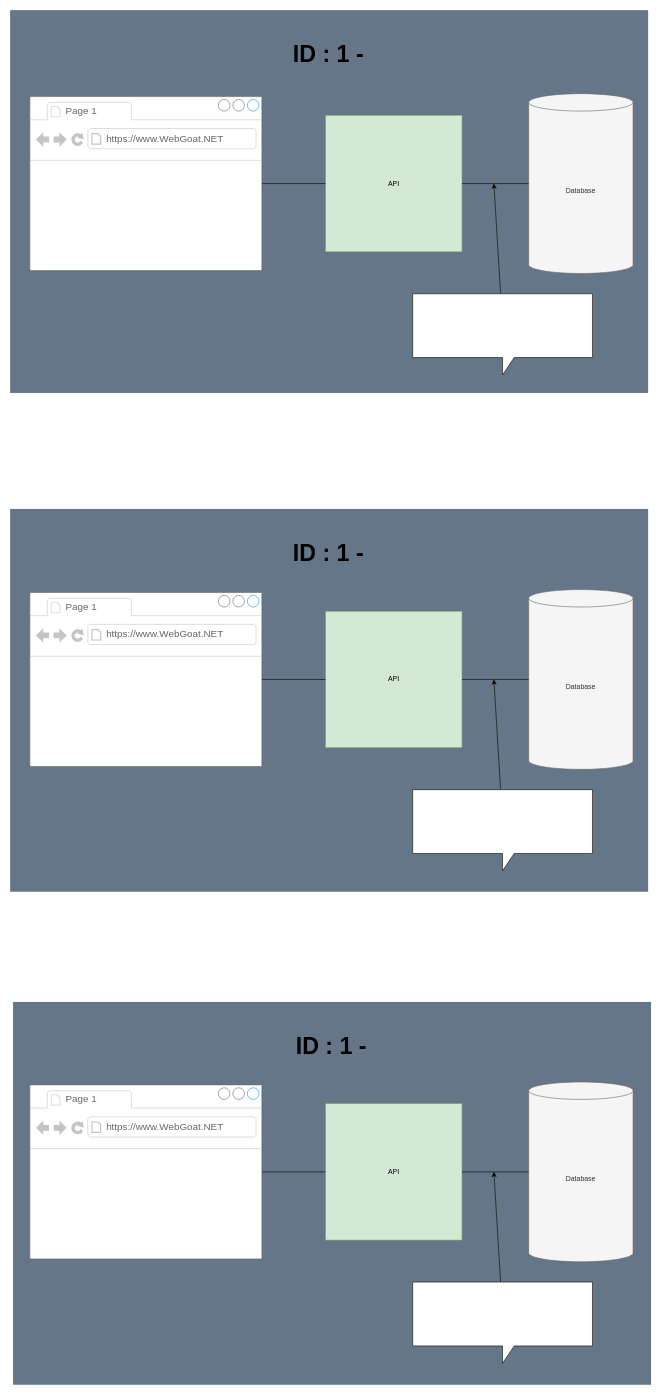
Earlier version of the draw.io diagram dokumenter/Drawio/Arkitektur diagram.drawio (MagnusMadsen/Software_sikkerhed_eksamen). Source tidied: cells renumbered, new cells numbered last; positions are measured from the earlier drawing's top-left corner, leaving out a move shared by most shapes. Both pictures are drawn from the tidied source at 58%, with x=0, y=0 at pixel (10, 10).
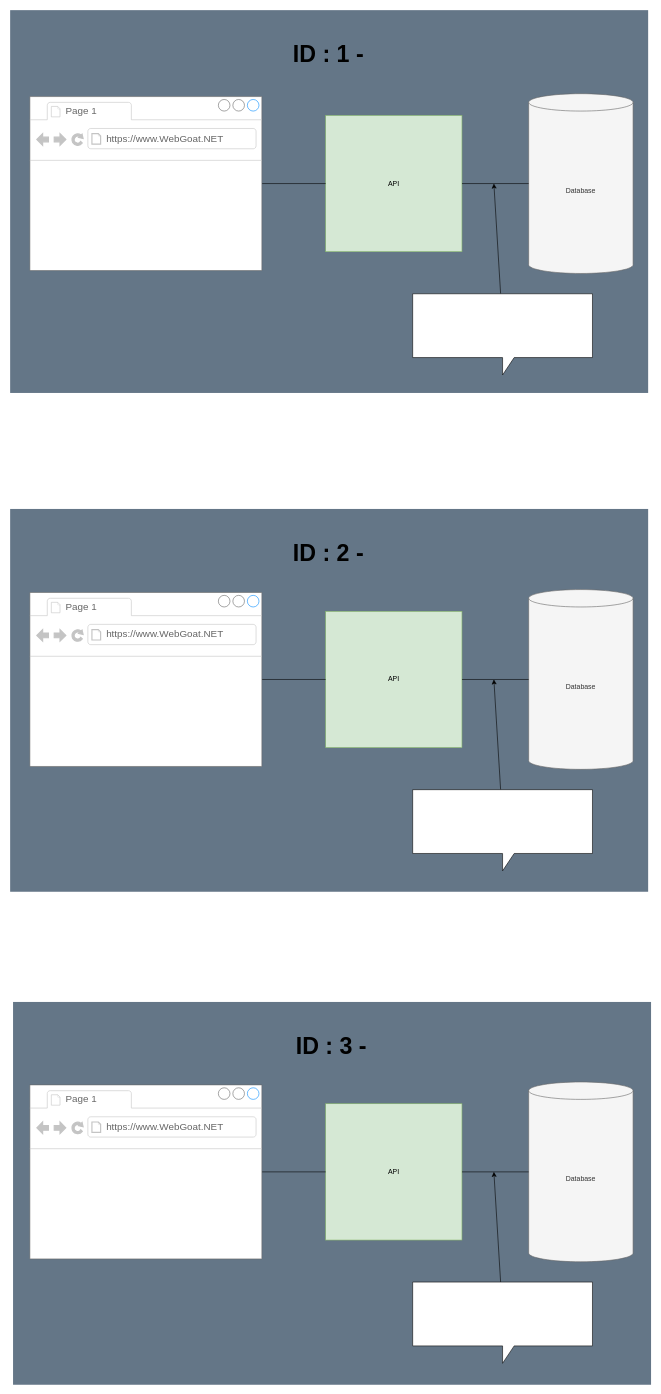
After the change.

Commit message:
updatering af akitektur ID'er

The edit, as a diff of the source:
```diff
@@
-    <mxCell id="33" value="ID : 1 -&amp;nbsp;" style="text;html=1;whiteSpace=wrap;strokeColor=none;fillColor=none;align=center;verticalAlign=middle;rounded=0;fontStyle=1;fontSize=40;" parent="1" vertex="1">
+    <mxCell id="33" value="ID : 2 -&amp;nbsp;" style="text;html=1;whiteSpace=wrap;strokeColor=none;fillColor=none;align=center;verticalAlign=middle;rounded=0;fontStyle=1;fontSize=40;" parent="1" vertex="1">
       <mxGeometry x="360" y="900" width="389" height="70" as="geometry" />
     </mxCell>
-    <mxCell id="34" value="ID : 1 -&amp;nbsp;" style="text;html=1;whiteSpace=wrap;strokeColor=none;fillColor=none;align=center;verticalAlign=middle;rounded=0;fontStyle=1;fontSize=40;" parent="1" vertex="1">
+    <mxCell id="34" value="ID : 3 -&amp;nbsp;" style="text;html=1;whiteSpace=wrap;strokeColor=none;fillColor=none;align=center;verticalAlign=middle;rounded=0;fontStyle=1;fontSize=40;" parent="1" vertex="1">
       <mxGeometry x="365" y="1750" width="389" height="70" as="geometry" />
     </mxCell>
```
